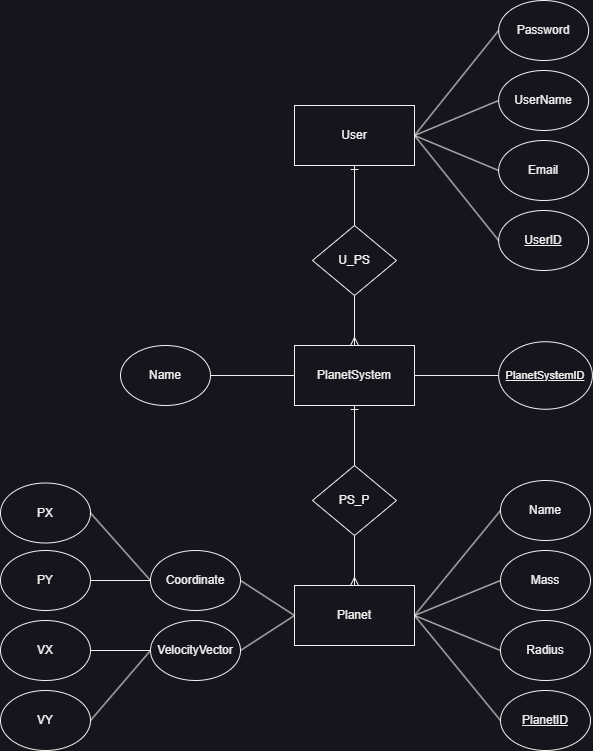
Above: docs/Database ER diagram.drawio.png in bbalage/evoPlanet (draw.io), before the change. Source tidied: cells renumbered, new cells last; positions are measured from the earlier drawing's top-left corner, leaving out a move shared by most shapes.
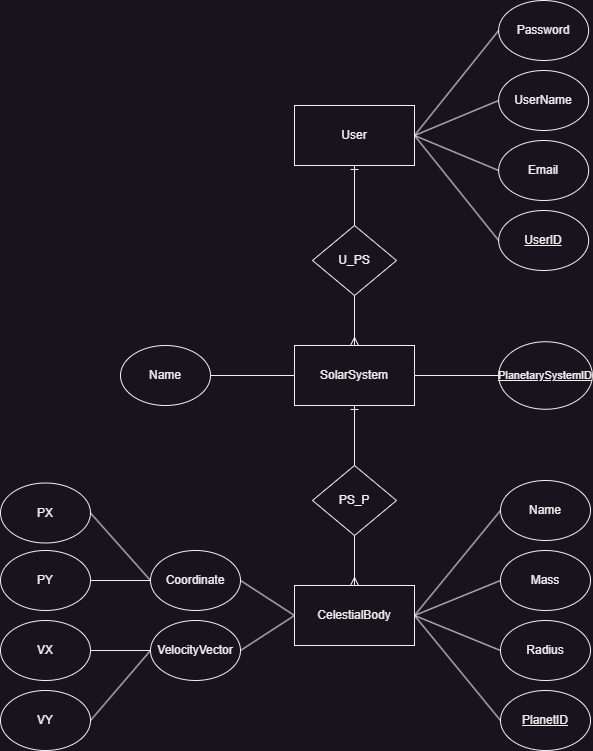
Later version of the same file.

Commit message:
ER diagram about database

Fixed one

Diff of the diagram source:
```diff
@@ -5,10 +5,10 @@
     <mxCell id="2" value="User" style="rounded=0;whiteSpace=wrap;html=1;" parent="1" vertex="1">
       <mxGeometry x="294" y="105" width="120" height="60" as="geometry" />
     </mxCell>
-    <mxCell id="3" value="PlanetSystem" style="rounded=0;whiteSpace=wrap;html=1;" parent="1" vertex="1">
+    <mxCell id="3" value="SolarSystem" style="rounded=0;whiteSpace=wrap;html=1;" parent="1" vertex="1">
       <mxGeometry x="294" y="345" width="120" height="60" as="geometry" />
     </mxCell>
-    <mxCell id="4" value="Planet" style="rounded=0;whiteSpace=wrap;html=1;" parent="1" vertex="1">
+    <mxCell id="4" value="CelestialBody" style="rounded=0;whiteSpace=wrap;html=1;" parent="1" vertex="1">
       <mxGeometry x="294" y="585" width="120" height="60" as="geometry" />
     </mxCell>
     <mxCell id="5" value="Password" style="ellipse;whiteSpace=wrap;html=1;" parent="1" vertex="1">
@@ -101,7 +101,7 @@
     <mxCell id="34" style="fontSize=12;html=1;endArrow=ERone;endFill=1;rounded=0;entryX=0.5;entryY=1;entryDx=0;entryDy=0;exitX=0.5;exitY=0;exitDx=0;exitDy=0;" parent="1" edge="1" source="30" target="3">
       <mxGeometry relative="1" as="geometry" />
     </mxCell>
-    <mxCell id="35" value="&lt;u&gt;&lt;font style=&quot;font-size: 11px;&quot;&gt;PlanetSystemID&lt;/font&gt;&lt;/u&gt;" style="ellipse;whiteSpace=wrap;html=1;" parent="1" vertex="1">
+    <mxCell id="35" value="&lt;u&gt;&lt;font style=&quot;font-size: 11px;&quot;&gt;PlanetarySystemID&lt;/font&gt;&lt;/u&gt;" style="ellipse;whiteSpace=wrap;html=1;" parent="1" vertex="1">
       <mxGeometry x="498.1" y="341.2" width="93.8" height="67.5" as="geometry" />
     </mxCell>
     <mxCell id="36" style="endArrow=none;html=1;rounded=0;entryX=0;entryY=0.5;entryDx=0;entryDy=0;exitX=1;exitY=0.5;exitDx=0;exitDy=0;" parent="1" edge="1" source="3" target="35">
```
